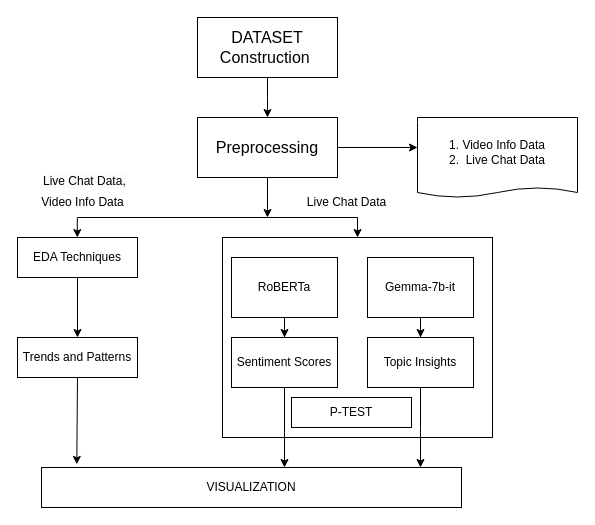
oitik/drawio keeps this draw.io diagram as esports.drawio. Above is the earlier version. Source tidied: cells renumbered, new cells numbered last; positions are measured from the earlier drawing's top-left corner, leaving out a move shared by most shapes. Both pictures are drawn from the tidied source at 100%, with x=0, y=0 at pixel (17, 17).
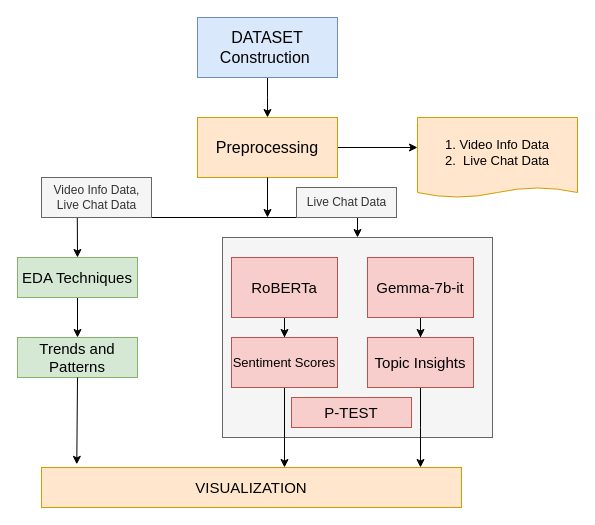
Above is the later version.

Change to the diagram source:
```diff
@@
-    <mxCell id="3" value="&lt;font style=&quot;font-size: 16px;&quot;&gt;DATASET Construction&amp;nbsp;&lt;/font&gt;" style="rounded=0;whiteSpace=wrap;html=1;" parent="1" vertex="1">
+    <mxCell id="3" value="&lt;font style=&quot;font-size: 16px;&quot;&gt;DATASET Construction&amp;nbsp;&lt;/font&gt;" style="rounded=0;whiteSpace=wrap;html=1;fillColor=#dae8fc;strokeColor=#6c8ebf;" parent="1" vertex="1">
       <mxGeometry x="180" width="140" height="60" as="geometry" />
     </mxCell>
@@
-    <mxCell id="5" value="&lt;font style=&quot;font-size: 16px;&quot;&gt;Preprocessing&lt;/font&gt;" style="rounded=0;whiteSpace=wrap;html=1;" parent="1" vertex="1">
+    <mxCell id="5" value="&lt;font style=&quot;font-size: 16px;&quot;&gt;Preprocessing&lt;/font&gt;" style="rounded=0;whiteSpace=wrap;html=1;fillColor=#ffe6cc;strokeColor=#d79b00;" parent="1" vertex="1">
       <mxGeometry x="180" y="100" width="140" height="60" as="geometry" />
     </mxCell>
-    <mxCell id="6" value="1. Video Info Data&lt;div&gt;2. &amp;nbsp;Live Chat Data&lt;/div&gt;" style="shape=document;whiteSpace=wrap;html=1;boundedLbl=1;size=0.125;align=center;" parent="1" vertex="1">
+    <mxCell id="6" value="&lt;font style=&quot;font-size: 13px;&quot;&gt;1. Video Info Data&lt;/font&gt;&lt;div&gt;&lt;font style=&quot;font-size: 13px;&quot;&gt;2. &amp;nbsp;Live Chat Data&lt;/font&gt;&lt;/div&gt;" style="shape=document;whiteSpace=wrap;html=1;boundedLbl=1;size=0.125;align=center;fillColor=#ffe6cc;strokeColor=#d79b00;" parent="1" vertex="1">
       <mxGeometry x="400" y="100" width="160" height="80" as="geometry" />
     </mxCell>
@@
-    <mxCell id="8" value="EDA Techniques" style="rounded=0;whiteSpace=wrap;html=1;" parent="1" vertex="1">
-      <mxGeometry y="220" width="120" height="40" as="geometry" />
+    <mxCell id="8" value="&lt;font style=&quot;font-size: 15px;&quot;&gt;EDA Techniques&lt;/font&gt;" style="rounded=0;whiteSpace=wrap;html=1;fillColor=#d5e8d4;strokeColor=#82b366;" parent="1" vertex="1">
+      <mxGeometry y="240" width="120" height="40" as="geometry" />
     </mxCell>
-    <mxCell id="9" style="rounded=0;whiteSpace=wrap;html=1;" parent="1" vertex="1">
+    <mxCell id="9" style="rounded=0;whiteSpace=wrap;html=1;fillColor=#f5f5f5;fontColor=#333333;strokeColor=#666666;" parent="1" vertex="1">
       <mxGeometry x="205" y="220" width="270" height="200" as="geometry" />
     </mxCell>
@@
-    <mxCell id="11" value="RoBERTa" style="rounded=0;whiteSpace=wrap;html=1;" parent="1" vertex="1">
+    <mxCell id="11" value="&lt;font style=&quot;font-size: 15px;&quot;&gt;RoBERTa&lt;/font&gt;" style="rounded=0;whiteSpace=wrap;html=1;fillColor=#f8cecc;strokeColor=#b85450;" parent="1" vertex="1">
       <mxGeometry x="214" y="240" width="106" height="60" as="geometry" />
     </mxCell>
@@
-    <mxCell id="15" style="endArrow=classic;html=1;rounded=0;entryX=0.5;entryY=0;entryDx=0;entryDy=0;" parent="1" edge="1">
+    <mxCell id="15" style="endArrow=classic;html=1;rounded=0;entryX=0.5;entryY=0;entryDx=0;entryDy=0;" parent="1" edge="1" target="8">
       <mxGeometry relative="1" as="geometry">
         <mxPoint x="59.8" y="200" as="sourcePoint" />
-        <mxPoint x="59.8" y="220" as="targetPoint" />
       </mxGeometry>
     </mxCell>
-    <mxCell id="16" value="Video Info Data" style="text;html=1;align=center;verticalAlign=middle;strokeColor=none;fillColor=none;" parent="1" vertex="1">
-      <mxGeometry x="10" y="170" width="110" height="30" as="geometry" />
+    <mxCell id="16" value="Video Info Data,&lt;div&gt;Live Chat Data&lt;/div&gt;" style="text;html=1;align=center;verticalAlign=middle;strokeColor=#666666;fillColor=#f5f5f5;fontColor=#333333;" parent="1" vertex="1">
+      <mxGeometry x="24" y="160" width="110" height="40" as="geometry" />
     </mxCell>
-    <mxCell id="17" value="Live Chat Data" style="text;html=1;align=center;verticalAlign=middle;strokeColor=none;fillColor=none;" parent="1" vertex="1">
+    <mxCell id="17" value="Live Chat Data" style="text;html=1;align=center;verticalAlign=middle;strokeColor=#666666;fillColor=#f5f5f5;fontColor=#333333;" parent="1" vertex="1">
       <mxGeometry x="279" y="170" width="100" height="30" as="geometry" />
     </mxCell>
@@
-    <mxCell id="19" value="Gemma-7b-it" style="rounded=0;whiteSpace=wrap;html=1;" parent="1" vertex="1">
+    <mxCell id="19" value="&lt;font style=&quot;font-size: 15px;&quot;&gt;Gemma-7b-it&lt;/font&gt;" style="rounded=0;whiteSpace=wrap;html=1;fillColor=#f8cecc;strokeColor=#b85450;" parent="1" vertex="1">
       <mxGeometry x="350" y="240" width="106" height="60" as="geometry" />
     </mxCell>
@@
-    <mxCell id="21" value="Sentiment Scores" style="rounded=0;whiteSpace=wrap;html=1;" parent="1" vertex="1">
+    <mxCell id="21" value="&lt;font style=&quot;font-size: 13px;&quot;&gt;Sentiment Scores&lt;/font&gt;" style="rounded=0;whiteSpace=wrap;html=1;fillColor=#f8cecc;strokeColor=#b85450;" parent="1" vertex="1">
       <mxGeometry x="214" y="320" width="106" height="50" as="geometry" />
     </mxCell>
@@
-    <mxCell id="23" value="Topic Insights" style="rounded=0;whiteSpace=wrap;html=1;" parent="1" vertex="1">
+    <mxCell id="23" value="&lt;font style=&quot;font-size: 15px;&quot;&gt;Topic Insights&lt;/font&gt;" style="rounded=0;whiteSpace=wrap;html=1;fillColor=#f8cecc;strokeColor=#b85450;" parent="1" vertex="1">
       <mxGeometry x="350" y="320" width="106" height="50" as="geometry" />
     </mxCell>
-    <mxCell id="24" value="Trends and Patterns" style="rounded=0;whiteSpace=wrap;html=1;" parent="1" vertex="1">
+    <mxCell id="24" value="&lt;font style=&quot;font-size: 15px;&quot;&gt;Trends and Patterns&lt;/font&gt;" style="rounded=0;whiteSpace=wrap;html=1;fillColor=#d5e8d4;strokeColor=#82b366;" parent="1" vertex="1">
       <mxGeometry y="320" width="120" height="40" as="geometry" />
     </mxCell>
-    <mxCell id="25" value="&lt;span style=&quot;caret-color: rgb(0, 0, 0); color: rgb(0, 0, 0); font-family: Helvetica; font-size: 12px; font-style: normal; font-variant-caps: normal; font-weight: 400; letter-spacing: normal; text-align: center; text-indent: 0px; text-transform: none; white-space: nowrap; word-spacing: 0px; -webkit-text-stroke-width: 0px; background-color: rgb(251, 251, 251); text-decoration: none; float: none; display: inline !important;&quot;&gt;Live Chat Data,&lt;/span&gt;" style="text;whiteSpace=wrap;html=1;" parent="1" vertex="1">
-      <mxGeometry x="24" y="150" width="110" height="40" as="geometry" />
-    </mxCell>
-    <mxCell id="26" value="VISUALIZATION" style="whiteSpace=wrap;html=1;rounded=0;" parent="1" vertex="1">
+    <mxCell id="26" value="&lt;font style=&quot;font-size: 15px;&quot;&gt;VISUALIZATION&lt;/font&gt;" style="whiteSpace=wrap;html=1;rounded=0;fillColor=#ffe6cc;strokeColor=#d79b00;" parent="1" vertex="1">
       <mxGeometry x="24" y="450" width="420" height="40" as="geometry" />
     </mxCell>
@@
-    <mxCell id="28" value="P-TEST" style="rounded=0;whiteSpace=wrap;html=1;" parent="1" vertex="1">
+    <mxCell id="28" value="&lt;font style=&quot;font-size: 15px;&quot;&gt;P-TEST&lt;/font&gt;" style="rounded=0;whiteSpace=wrap;html=1;fillColor=#f8cecc;strokeColor=#b85450;" parent="1" vertex="1">
       <mxGeometry x="274" y="380" width="120" height="30" as="geometry" />
     </mxCell>
```
